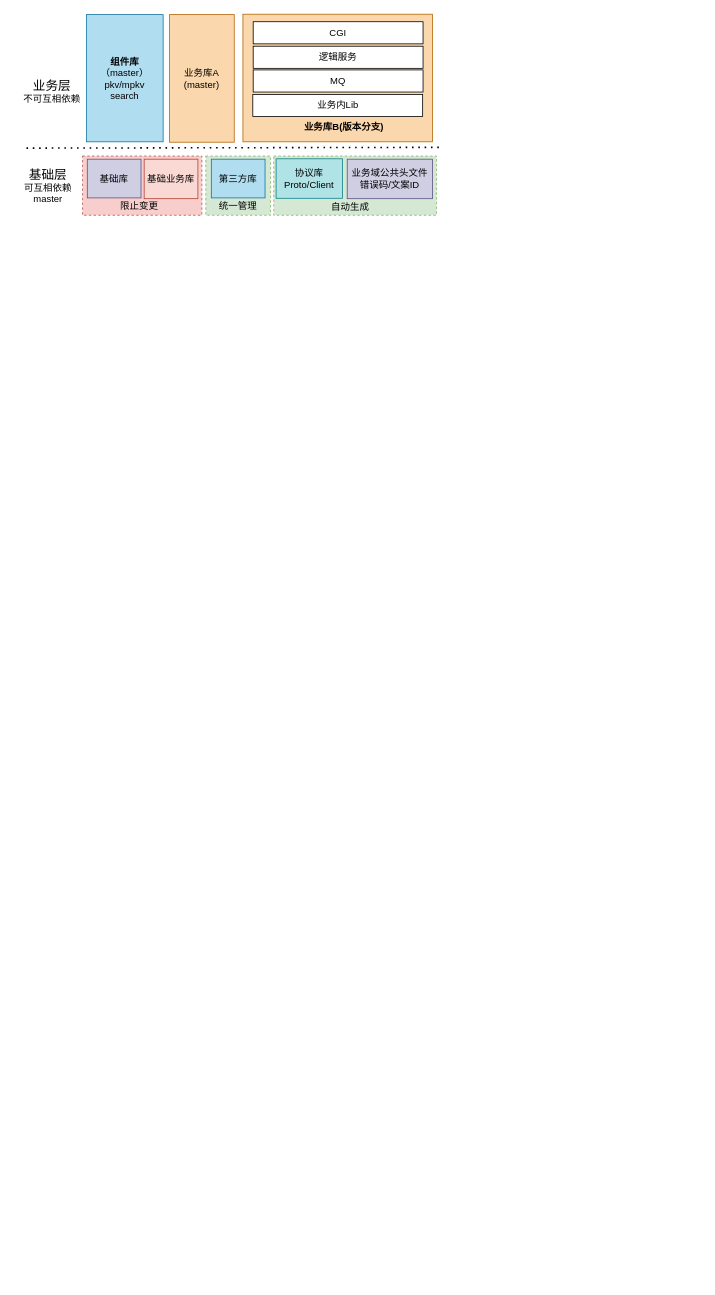
This is 小仓模式.drawio from WNTDJMHH/getskills, a draw.io file, before an edit. Source tidied: cells renumbered, new cells numbered last; positions are measured from the earlier drawing's top-left corner, leaving out a move shared by most shapes. Both pictures are drawn from the tidied source at 79%, with x=0, y=0 at pixel (13, 14).
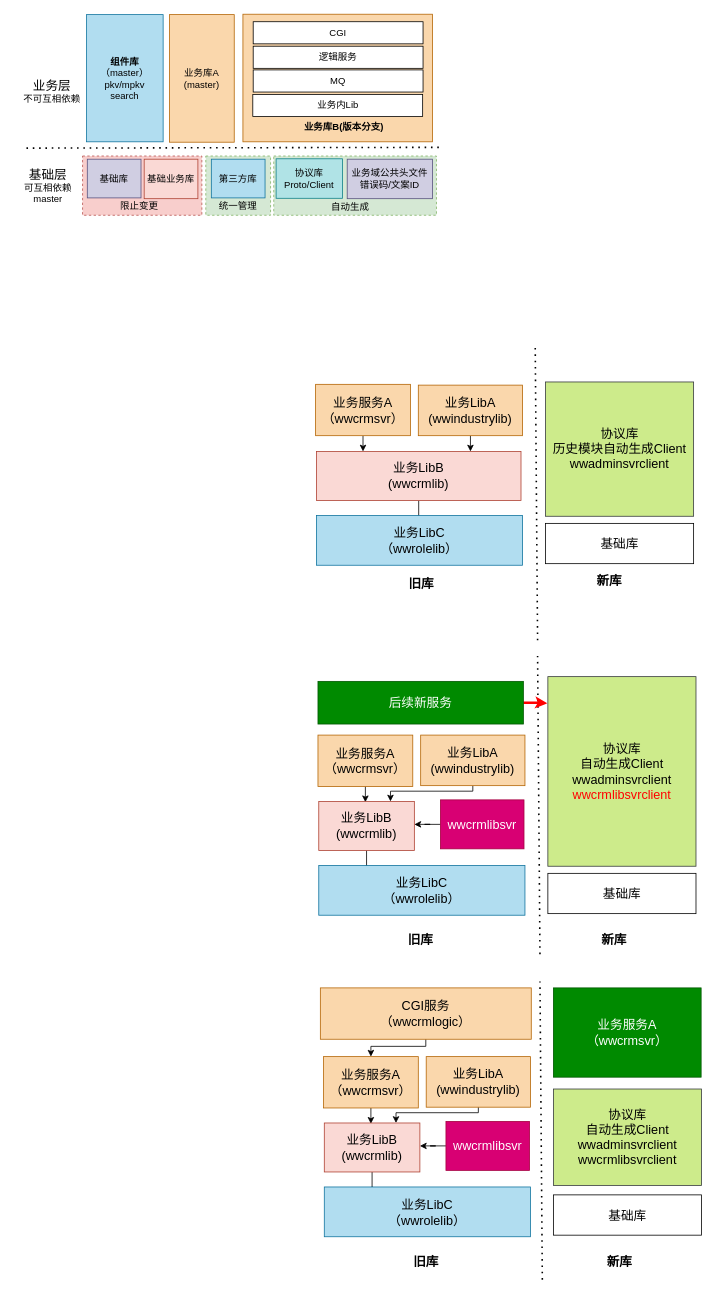
The same page after the edit.

Commit message (it also covers changes not shown here):
更新小仓模式.drawio

What changed in the source:
```diff
@@
+    <mxCell id="24" style="edgeStyle=orthogonalEdgeStyle;rounded=0;jettySize=auto;html=1;entryX=0.229;entryY=0.009;entryDx=0;entryDy=0;entryPerimeter=0;fontSize=16;" parent="1" edge="1" source="25" target="29">
+      <mxGeometry relative="1" as="geometry" />
+    </mxCell>
+    <mxCell id="25" value="业务服务A&lt;br&gt;（wwcrmsvr）" style="rounded=0;whiteSpace=wrap;html=1;fontSize=16;fillColor=#fad7ac;strokeColor=#b46504;" parent="1" vertex="1">
+      <mxGeometry x="382" y="468" width="120" height="65" as="geometry" />
+    </mxCell>
+    <mxCell id="26" style="edgeStyle=orthogonalEdgeStyle;rounded=0;jettySize=auto;html=1;fontSize=16;" parent="1" edge="1" source="27">
+      <mxGeometry relative="1" as="geometry">
+        <mxPoint x="578" y="552.5" as="targetPoint" />
+      </mxGeometry>
+    </mxCell>
+    <mxCell id="27" value="业务LibA&lt;br&gt;(wwindustrylib)" style="rounded=0;whiteSpace=wrap;html=1;fontSize=16;fillColor=#fad7ac;strokeColor=#b46504;" parent="1" vertex="1">
+      <mxGeometry x="512" y="469" width="132" height="64" as="geometry" />
+    </mxCell>
+    <mxCell id="28" style="edgeStyle=orthogonalEdgeStyle;rounded=0;jettySize=auto;html=1;fontSize=16;" parent="1" edge="1" source="29">
+      <mxGeometry relative="1" as="geometry">
+        <mxPoint x="512.5" y="633.3" as="targetPoint" />
+      </mxGeometry>
+    </mxCell>
+    <mxCell id="29" value="业务LibB&lt;br&gt;(wwcrmlib)" style="rounded=0;whiteSpace=wrap;html=1;fontSize=16;fillColor=#fad9d5;strokeColor=#ae4132;" parent="1" vertex="1">
+      <mxGeometry x="383" y="553" width="259" height="62" as="geometry" />
+    </mxCell>
+    <mxCell id="30" value="业务LibC&lt;br&gt;（wwrolelib）" style="rounded=0;whiteSpace=wrap;html=1;fontSize=16;fillColor=#b1ddf0;strokeColor=#10739e;" parent="1" vertex="1">
+      <mxGeometry x="383" y="634" width="261" height="63" as="geometry" />
+    </mxCell>
+    <mxCell id="31" value="协议库&lt;br&gt;历史模块自动生成Client&lt;br&gt;wwadminsvrclient" style="rounded=0;whiteSpace=wrap;html=1;fontSize=16;fillColor=#cdeb8b;strokeColor=#36393d;" parent="1" vertex="1">
+      <mxGeometry x="673" y="465" width="187.5" height="170" as="geometry" />
+    </mxCell>
+    <mxCell id="32" value="基础库" style="rounded=0;whiteSpace=wrap;html=1;fontSize=16;" parent="1" vertex="1">
+      <mxGeometry x="673" y="644" width="187.5" height="51" as="geometry" />
+    </mxCell>
+    <mxCell id="33" style="endArrow=none;dashed=1;html=1;dashPattern=1 3;strokeWidth=2;rounded=0;fontSize=16;" parent="1" edge="1">
+      <mxGeometry relative="1" as="geometry">
+        <mxPoint x="663" y="792" as="sourcePoint" />
+        <mxPoint x="660" y="419" as="targetPoint" />
+      </mxGeometry>
+    </mxCell>
+    <mxCell id="34" value="&lt;b&gt;旧库&lt;/b&gt;" style="text;html=1;strokeColor=none;fillColor=none;align=center;verticalAlign=middle;whiteSpace=wrap;rounded=0;fontSize=16;" parent="1" vertex="1">
+      <mxGeometry x="486" y="705" width="60" height="30" as="geometry" />
+    </mxCell>
+    <mxCell id="35" value="&lt;b&gt;新库&lt;/b&gt;" style="text;html=1;strokeColor=none;fillColor=none;align=center;verticalAlign=middle;whiteSpace=wrap;rounded=0;fontSize=16;" parent="1" vertex="1">
+      <mxGeometry x="724" y="702" width="60" height="30" as="geometry" />
+    </mxCell>
+    <mxCell id="36" style="edgeStyle=orthogonalEdgeStyle;rounded=0;jettySize=auto;html=1;entryX=0.484;entryY=0.016;entryDx=0;entryDy=0;entryPerimeter=0;strokeColor=#000000;strokeWidth=1;fontSize=16;" parent="1" edge="1" source="37" target="41">
+      <mxGeometry relative="1" as="geometry" />
+    </mxCell>
+    <mxCell id="37" value="业务服务A&lt;br&gt;（wwcrmsvr）" style="rounded=0;whiteSpace=wrap;html=1;fontSize=16;fillColor=#fad7ac;strokeColor=#b46504;" parent="1" vertex="1">
+      <mxGeometry x="385" y="912" width="120" height="65" as="geometry" />
+    </mxCell>
+    <mxCell id="38" style="edgeStyle=orthogonalEdgeStyle;rounded=0;jettySize=auto;html=1;entryX=0.75;entryY=0;entryDx=0;entryDy=0;strokeColor=#000000;strokeWidth=1;fontSize=16;" parent="1" edge="1" source="39" target="41">
+      <mxGeometry relative="1" as="geometry">
+        <Array as="points">
+          <mxPoint x="581" y="983" />
+          <mxPoint x="477" y="983" />
+        </Array>
+      </mxGeometry>
+    </mxCell>
+    <mxCell id="39" value="业务LibA&lt;br&gt;(wwindustrylib)" style="rounded=0;whiteSpace=wrap;html=1;fontSize=16;fillColor=#fad7ac;strokeColor=#b46504;" parent="1" vertex="1">
+      <mxGeometry x="515" y="912" width="132" height="64" as="geometry" />
+    </mxCell>
+    <mxCell id="40" style="edgeStyle=orthogonalEdgeStyle;rounded=0;jettySize=auto;html=1;strokeColor=#000000;strokeWidth=1;fontSize=16;" parent="1" edge="1" source="41">
+      <mxGeometry relative="1" as="geometry">
+        <mxPoint x="446.5" y="1075.7" as="targetPoint" />
+      </mxGeometry>
+    </mxCell>
+    <mxCell id="41" value="业务LibB&lt;br&gt;(wwcrmlib)" style="rounded=0;whiteSpace=wrap;html=1;fontSize=16;fillColor=#fad9d5;strokeColor=#ae4132;" parent="1" vertex="1">
+      <mxGeometry x="386" y="996" width="121" height="62" as="geometry" />
+    </mxCell>
+    <mxCell id="42" value="业务LibC&lt;br&gt;（wwrolelib）" style="rounded=0;whiteSpace=wrap;html=1;fontSize=16;fillColor=#b1ddf0;strokeColor=#10739e;" parent="1" vertex="1">
+      <mxGeometry x="386" y="1077" width="261" height="63" as="geometry" />
+    </mxCell>
+    <mxCell id="43" value="协议库&lt;br&gt;自动生成Client&lt;br&gt;wwadminsvrclient&lt;br&gt;&lt;font color=&quot;#ff0000&quot;&gt;wwcrmlibsvrclient&lt;/font&gt;" style="rounded=0;whiteSpace=wrap;html=1;fontSize=16;fillColor=#cdeb8b;strokeColor=#36393d;" parent="1" vertex="1">
+      <mxGeometry x="676" y="838" width="187.5" height="240" as="geometry" />
+    </mxCell>
+    <mxCell id="44" value="基础库" style="rounded=0;whiteSpace=wrap;html=1;fontSize=16;" parent="1" vertex="1">
+      <mxGeometry x="676" y="1087" width="187.5" height="51" as="geometry" />
+    </mxCell>
+    <mxCell id="45" style="endArrow=none;dashed=1;html=1;dashPattern=1 3;strokeWidth=2;rounded=0;fontSize=16;" parent="1" edge="1">
+      <mxGeometry relative="1" as="geometry">
+        <mxPoint x="666" y="1189.3" as="sourcePoint" />
+        <mxPoint x="663" y="812" as="targetPoint" />
+      </mxGeometry>
+    </mxCell>
+    <mxCell id="46" value="&lt;b&gt;旧库&lt;/b&gt;" style="text;html=1;strokeColor=none;fillColor=none;align=center;verticalAlign=middle;whiteSpace=wrap;rounded=0;fontSize=16;" parent="1" vertex="1">
+      <mxGeometry x="485" y="1156" width="60" height="30" as="geometry" />
+    </mxCell>
+    <mxCell id="47" value="&lt;b&gt;新库&lt;/b&gt;" style="text;html=1;strokeColor=none;fillColor=none;align=center;verticalAlign=middle;whiteSpace=wrap;rounded=0;fontSize=16;" parent="1" vertex="1">
+      <mxGeometry x="730" y="1156" width="60" height="30" as="geometry" />
+    </mxCell>
+    <mxCell id="48" style="edgeStyle=orthogonalEdgeStyle;rounded=0;jettySize=auto;html=1;entryX=1;entryY=0.468;entryDx=0;entryDy=0;strokeColor=#000000;strokeWidth=1;fontSize=16;entryPerimeter=0;" parent="1" edge="1" source="49" target="41">
+      <mxGeometry relative="1" as="geometry" />
+    </mxCell>
+    <mxCell id="49" value="wwcrmlibsvr" style="rounded=0;whiteSpace=wrap;html=1;fontSize=16;fillColor=#d80073;strokeColor=#A50040;fontColor=#ffffff;" parent="1" vertex="1">
+      <mxGeometry x="540" y="994" width="105.8" height="62" as="geometry" />
+    </mxCell>
+    <mxCell id="50" style="edgeStyle=orthogonalEdgeStyle;rounded=0;jettySize=auto;html=1;entryX=-0.004;entryY=0.141;entryDx=0;entryDy=0;entryPerimeter=0;fontSize=16;fillColor=#ffcccc;strokeColor=#FF0000;strokeWidth=3;" parent="1" edge="1" source="51" target="43">
+      <mxGeometry relative="1" as="geometry" />
+    </mxCell>
+    <mxCell id="51" value="后续新服务" style="rounded=0;whiteSpace=wrap;html=1;fontSize=16;fillColor=#008a00;strokeColor=#005700;fontColor=#ffffff;" parent="1" vertex="1">
+      <mxGeometry x="385" y="844" width="260" height="54" as="geometry" />
+    </mxCell>
+    <mxCell id="52" style="edgeStyle=orthogonalEdgeStyle;rounded=0;jettySize=auto;html=1;entryX=0.484;entryY=0.016;entryDx=0;entryDy=0;entryPerimeter=0;strokeColor=#000000;strokeWidth=1;fontSize=16;" parent="1" edge="1" source="53" target="57">
+      <mxGeometry relative="1" as="geometry" />
+    </mxCell>
+    <mxCell id="53" value="业务服务A&lt;br&gt;（wwcrmsvr）" style="rounded=0;whiteSpace=wrap;html=1;fontSize=16;fillColor=#fad7ac;strokeColor=#b46504;" parent="1" vertex="1">
+      <mxGeometry x="392" y="1319" width="120" height="65" as="geometry" />
+    </mxCell>
+    <mxCell id="54" style="edgeStyle=orthogonalEdgeStyle;rounded=0;jettySize=auto;html=1;entryX=0.75;entryY=0;entryDx=0;entryDy=0;strokeColor=#000000;strokeWidth=1;fontSize=16;" parent="1" edge="1" source="55" target="57">
+      <mxGeometry relative="1" as="geometry">
+        <Array as="points">
+          <mxPoint x="588" y="1390" />
+          <mxPoint x="484" y="1390" />
+        </Array>
+      </mxGeometry>
+    </mxCell>
+    <mxCell id="55" value="业务LibA&lt;br&gt;(wwindustrylib)" style="rounded=0;whiteSpace=wrap;html=1;fontSize=16;fillColor=#fad7ac;strokeColor=#b46504;" parent="1" vertex="1">
+      <mxGeometry x="522" y="1319" width="132" height="64" as="geometry" />
+    </mxCell>
+    <mxCell id="56" style="edgeStyle=orthogonalEdgeStyle;rounded=0;jettySize=auto;html=1;strokeColor=#000000;strokeWidth=1;fontSize=16;" parent="1" edge="1" source="57">
+      <mxGeometry relative="1" as="geometry">
+        <mxPoint x="453.5" y="1482.7" as="targetPoint" />
+      </mxGeometry>
+    </mxCell>
+    <mxCell id="57" value="业务LibB&lt;br&gt;(wwcrmlib)" style="rounded=0;whiteSpace=wrap;html=1;fontSize=16;fillColor=#fad9d5;strokeColor=#ae4132;" parent="1" vertex="1">
+      <mxGeometry x="393" y="1403" width="121" height="62" as="geometry" />
+    </mxCell>
+    <mxCell id="58" value="业务LibC&lt;br&gt;（wwrolelib）" style="rounded=0;whiteSpace=wrap;html=1;fontSize=16;fillColor=#b1ddf0;strokeColor=#10739e;" parent="1" vertex="1">
+      <mxGeometry x="393" y="1484" width="261" height="63" as="geometry" />
+    </mxCell>
+    <mxCell id="59" value="协议库&lt;br&gt;自动生成Client&lt;br&gt;wwadminsvrclient&lt;br&gt;wwcrmlibsvrclient" style="rounded=0;whiteSpace=wrap;html=1;fontSize=16;fillColor=#cdeb8b;strokeColor=#36393d;" parent="1" vertex="1">
+      <mxGeometry x="683" y="1360" width="187.5" height="122" as="geometry" />
+    </mxCell>
+    <mxCell id="60" value="基础库" style="rounded=0;whiteSpace=wrap;html=1;fontSize=16;" parent="1" vertex="1">
+      <mxGeometry x="683" y="1494" width="187.5" height="51" as="geometry" />
+    </mxCell>
+    <mxCell id="61" value="&lt;b&gt;旧库&lt;/b&gt;" style="text;html=1;strokeColor=none;fillColor=none;align=center;verticalAlign=middle;whiteSpace=wrap;rounded=0;fontSize=16;" parent="1" vertex="1">
+      <mxGeometry x="492" y="1563" width="60" height="30" as="geometry" />
+    </mxCell>
+    <mxCell id="62" value="&lt;b&gt;新库&lt;/b&gt;" style="text;html=1;strokeColor=none;fillColor=none;align=center;verticalAlign=middle;whiteSpace=wrap;rounded=0;fontSize=16;" parent="1" vertex="1">
+      <mxGeometry x="737" y="1563" width="60" height="30" as="geometry" />
+    </mxCell>
+    <mxCell id="63" style="edgeStyle=orthogonalEdgeStyle;rounded=0;jettySize=auto;html=1;entryX=1;entryY=0.468;entryDx=0;entryDy=0;strokeColor=#000000;strokeWidth=1;fontSize=16;entryPerimeter=0;" parent="1" edge="1" source="64" target="57">
+      <mxGeometry relative="1" as="geometry" />
+    </mxCell>
+    <mxCell id="64" value="wwcrmlibsvr" style="rounded=0;whiteSpace=wrap;html=1;fontSize=16;fillColor=#d80073;strokeColor=#A50040;fontColor=#ffffff;" parent="1" vertex="1">
+      <mxGeometry x="547" y="1401" width="105.8" height="62" as="geometry" />
+    </mxCell>
+    <mxCell id="65" style="endArrow=none;dashed=1;html=1;dashPattern=1 3;strokeWidth=2;rounded=0;fontSize=16;" parent="1" edge="1">
+      <mxGeometry relative="1" as="geometry">
+        <mxPoint x="669" y="1601.3" as="sourcePoint" />
+        <mxPoint x="666" y="1224" as="targetPoint" />
+      </mxGeometry>
+    </mxCell>
+    <mxCell id="66" style="edgeStyle=orthogonalEdgeStyle;rounded=0;jettySize=auto;html=1;strokeColor=#000000;strokeWidth=1;fontSize=16;" parent="1" edge="1" source="67" target="53">
+      <mxGeometry relative="1" as="geometry">
+        <Array as="points">
+          <mxPoint x="521" y="1306" />
+          <mxPoint x="452" y="1306" />
+        </Array>
+      </mxGeometry>
+    </mxCell>
+    <mxCell id="67" value="CGI服务&lt;br&gt;（wwcrmlogic）" style="rounded=0;whiteSpace=wrap;html=1;fontSize=16;fillColor=#fad7ac;strokeColor=#b46504;" parent="1" vertex="1">
+      <mxGeometry x="388" y="1232" width="267" height="65" as="geometry" />
+    </mxCell>
+    <mxCell id="68" value="业务服务A&lt;br&gt;（wwcrmsvr）" style="rounded=0;whiteSpace=wrap;html=1;fontSize=16;fillColor=#008a00;strokeColor=#005700;fontColor=#ffffff;" parent="1" vertex="1">
+      <mxGeometry x="683" y="1232" width="187" height="113" as="geometry" />
+    </mxCell>
```
